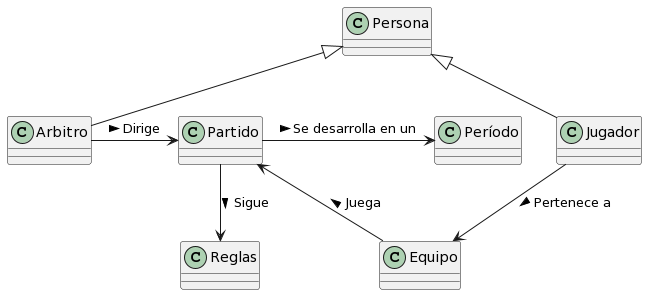
mmasias/IdSw1-22-23 keeps this PlantUML diagram as actividades/001-futbol/ibuprofenoFernandez/images/modeloDelDominio.png. Above is the earlier version. The source it was exported from:
```plantuml
@startuml
Partido  -r-> Período : Se desarrolla en un >

Equipo -u-> Partido : Juega >

Arbitro -r-> Partido : Dirige >

Jugador --> Equipo : Pertenece a >

Partido --> Reglas : Sigue >

Persona <|-- Arbitro
Persona <|-- Jugador
@enduml
```
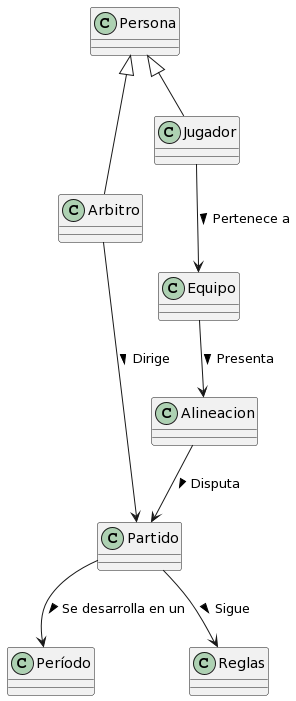
After the change.

Change to the diagram source:
```diff
@@ -1,9 +1,11 @@
 @startuml
-Partido  -r-> Período : Se desarrolla en un >
+Partido  --> Período : Se desarrolla en un >
 
-Equipo -u-> Partido : Juega >
+Alineacion --> Partido : Disputa >
 
-Arbitro -r-> Partido : Dirige >
+Equipo --> Alineacion : Presenta >
+
+Arbitro --> Partido : Dirige >
 
 Jugador --> Equipo : Pertenece a >
 
```
